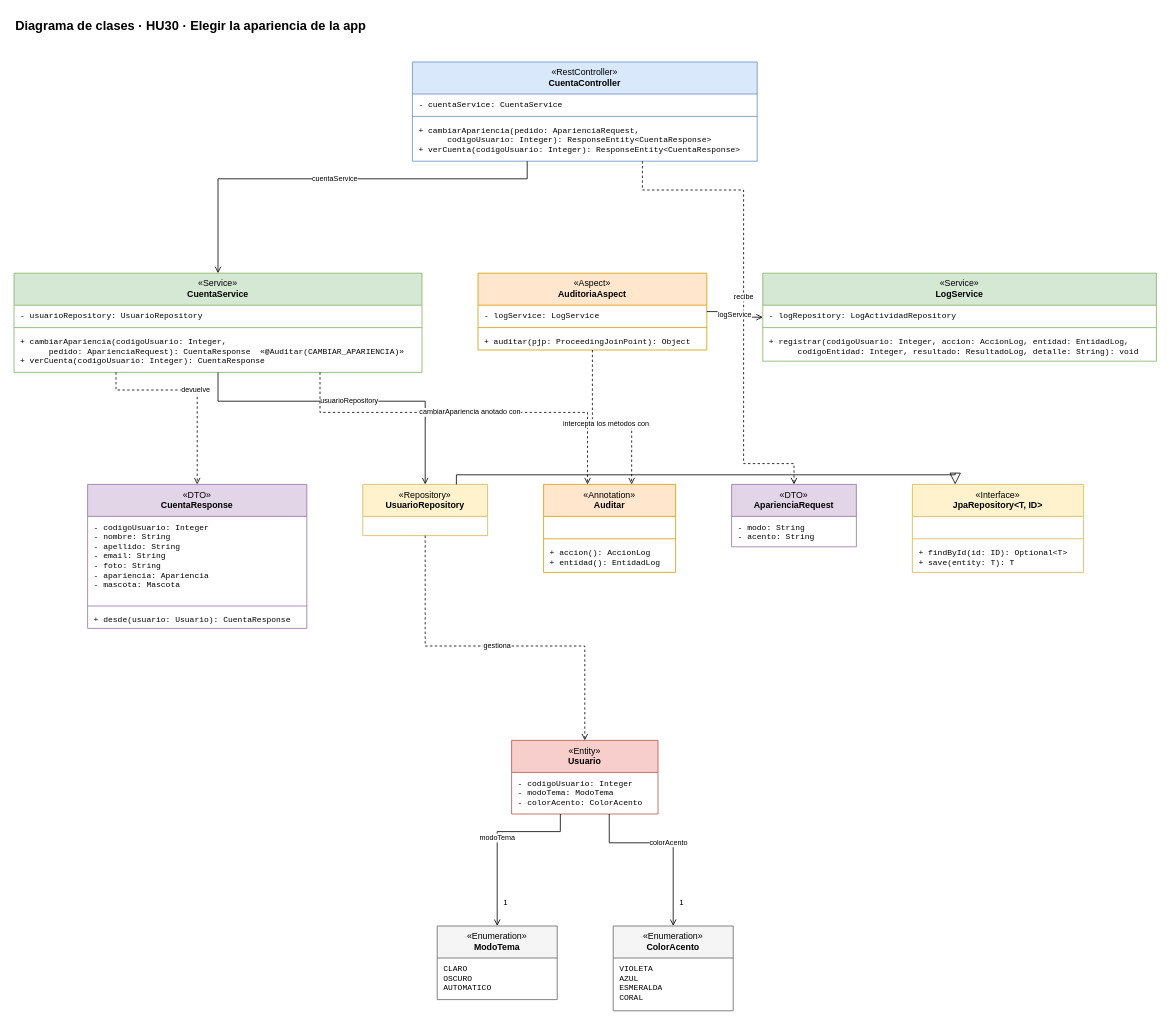
The draw.io diagram docs/Diagramas/Clases/HU30_clases.drawio in FelipeBeltranING/metamorfosis, before the edit. Source tidied: cells renumbered, new cells numbered last; positions are measured from the earlier drawing's top-left corner, leaving out a move shared by most shapes. Both pictures are drawn from the tidied source at 80%, with x=0, y=0 at pixel (14, 14).
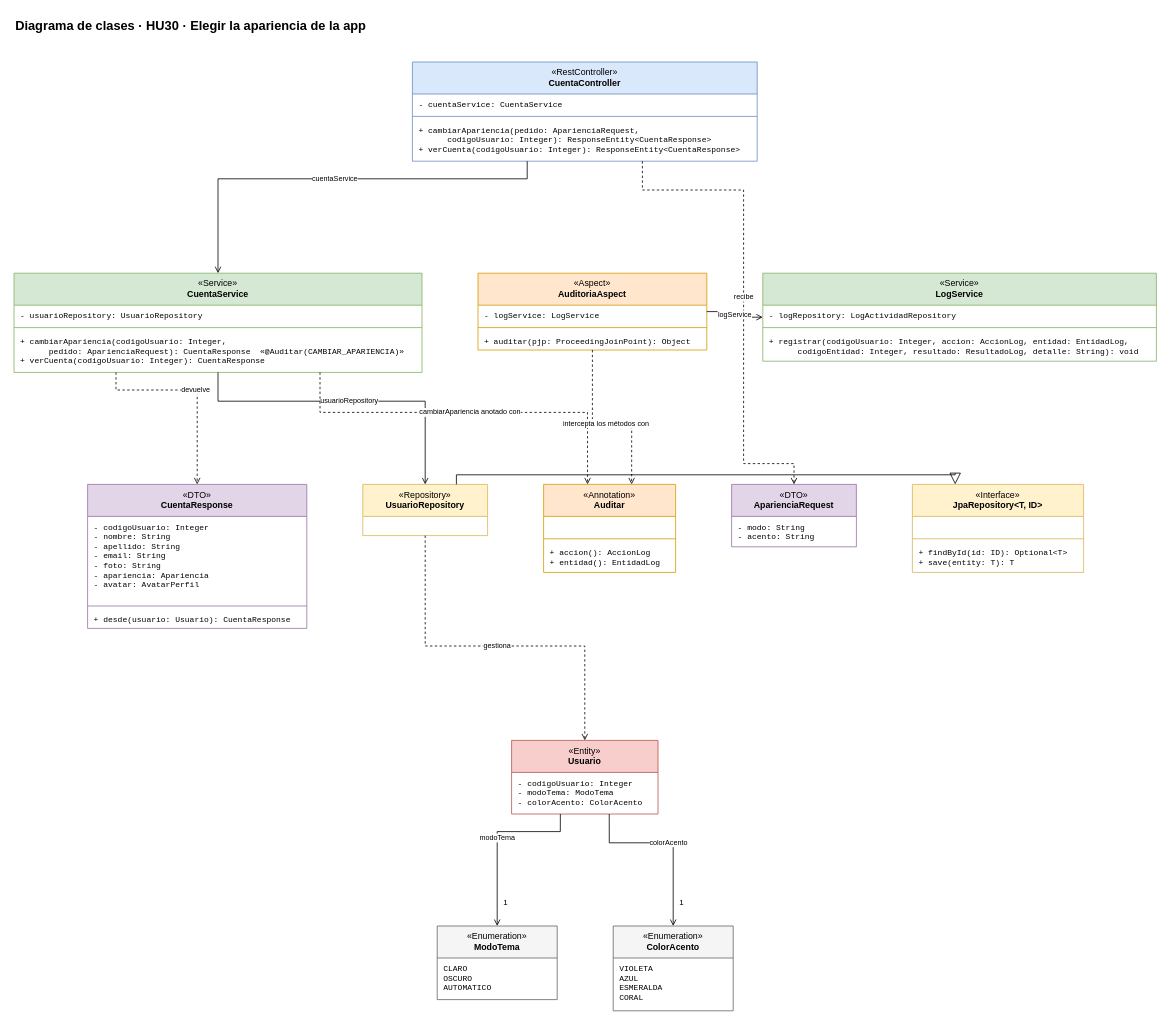
Above is the later version.

The change refers to these unchanged cells:
```xml
<mxCell id="19" value="«DTO»&lt;br&gt;&lt;b&gt;CuentaResponse&lt;/b&gt;" style="swimlane;fontStyle=0;align=center;verticalAlign=top;horizontal=1;startSize=40;html=1;whiteSpace=wrap;fillColor=#e1d5e7;strokeColor=#9673a6;fontSize=11;" parent="1" vertex="1">
  <mxGeometry x="92" y="588" width="274" height="180" as="geometry" />
</mxCell>
```

Diff of the diagram source:
```diff
@@
-    <mxCell id="20" value="- codigoUsuario: Integer&lt;br&gt;- nombre: String&lt;br&gt;- apellido: String&lt;br&gt;- email: String&lt;br&gt;- foto: String&lt;br&gt;- apariencia: Apariencia&lt;br&gt;- mascota: Mascota" style="text;strokeColor=none;fillColor=none;align=left;verticalAlign=top;spacingLeft=6;spacingRight=4;spacingTop=2;overflow=hidden;html=1;whiteSpace=nowrap;fontSize=10;fontFamily=Courier New;" parent="19" vertex="1">
+    <mxCell id="20" value="- codigoUsuario: Integer&lt;br&gt;- nombre: String&lt;br&gt;- apellido: String&lt;br&gt;- email: String&lt;br&gt;- foto: String&lt;br&gt;- apariencia: Apariencia&lt;br&gt;- avatar: AvatarPerfil" style="text;strokeColor=none;fillColor=none;align=left;verticalAlign=top;spacingLeft=6;spacingRight=4;spacingTop=2;overflow=hidden;html=1;whiteSpace=nowrap;fontSize=10;fontFamily=Courier New;" parent="19" vertex="1">
       <mxGeometry y="40" width="274" height="108" as="geometry" />
     </mxCell>
```
